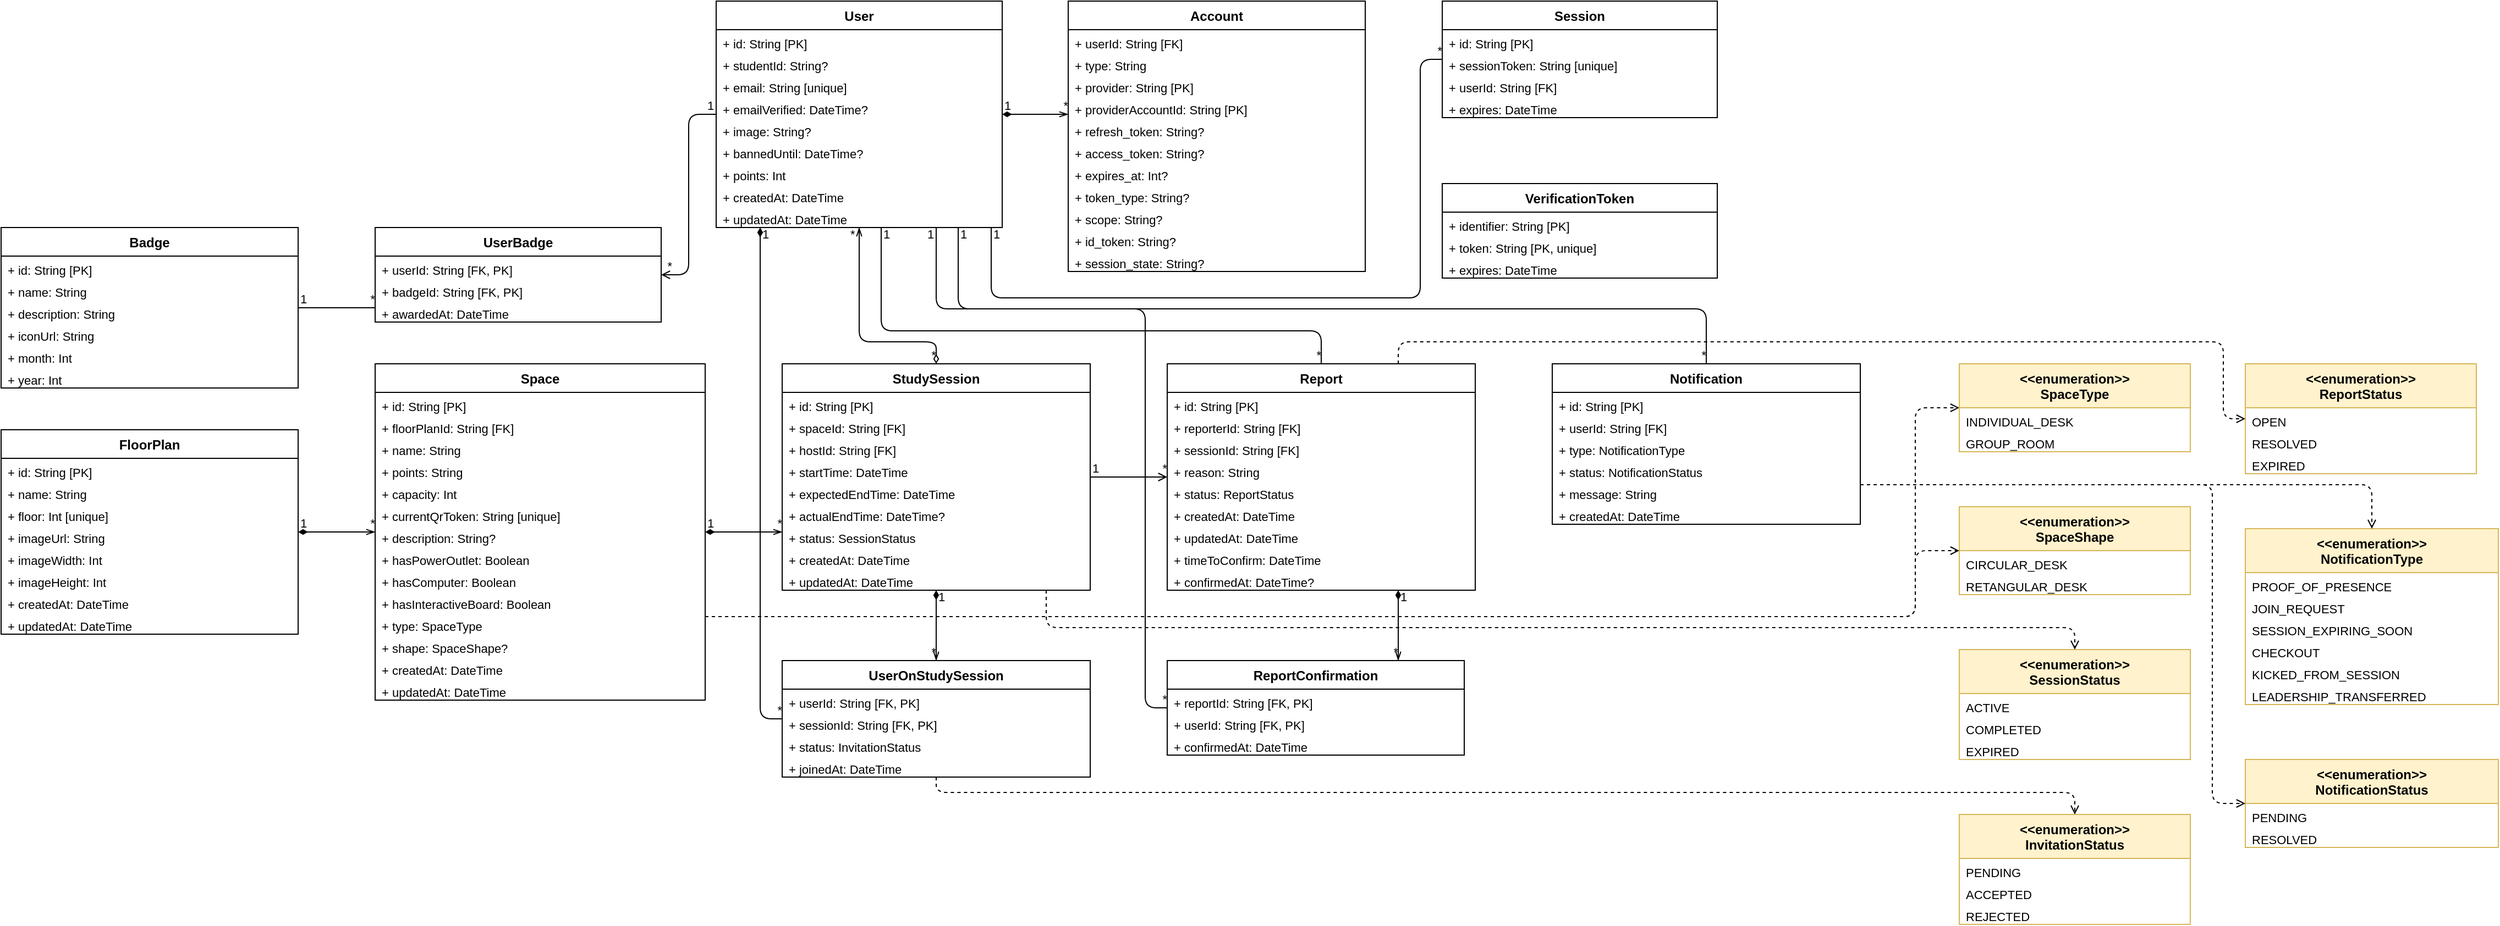
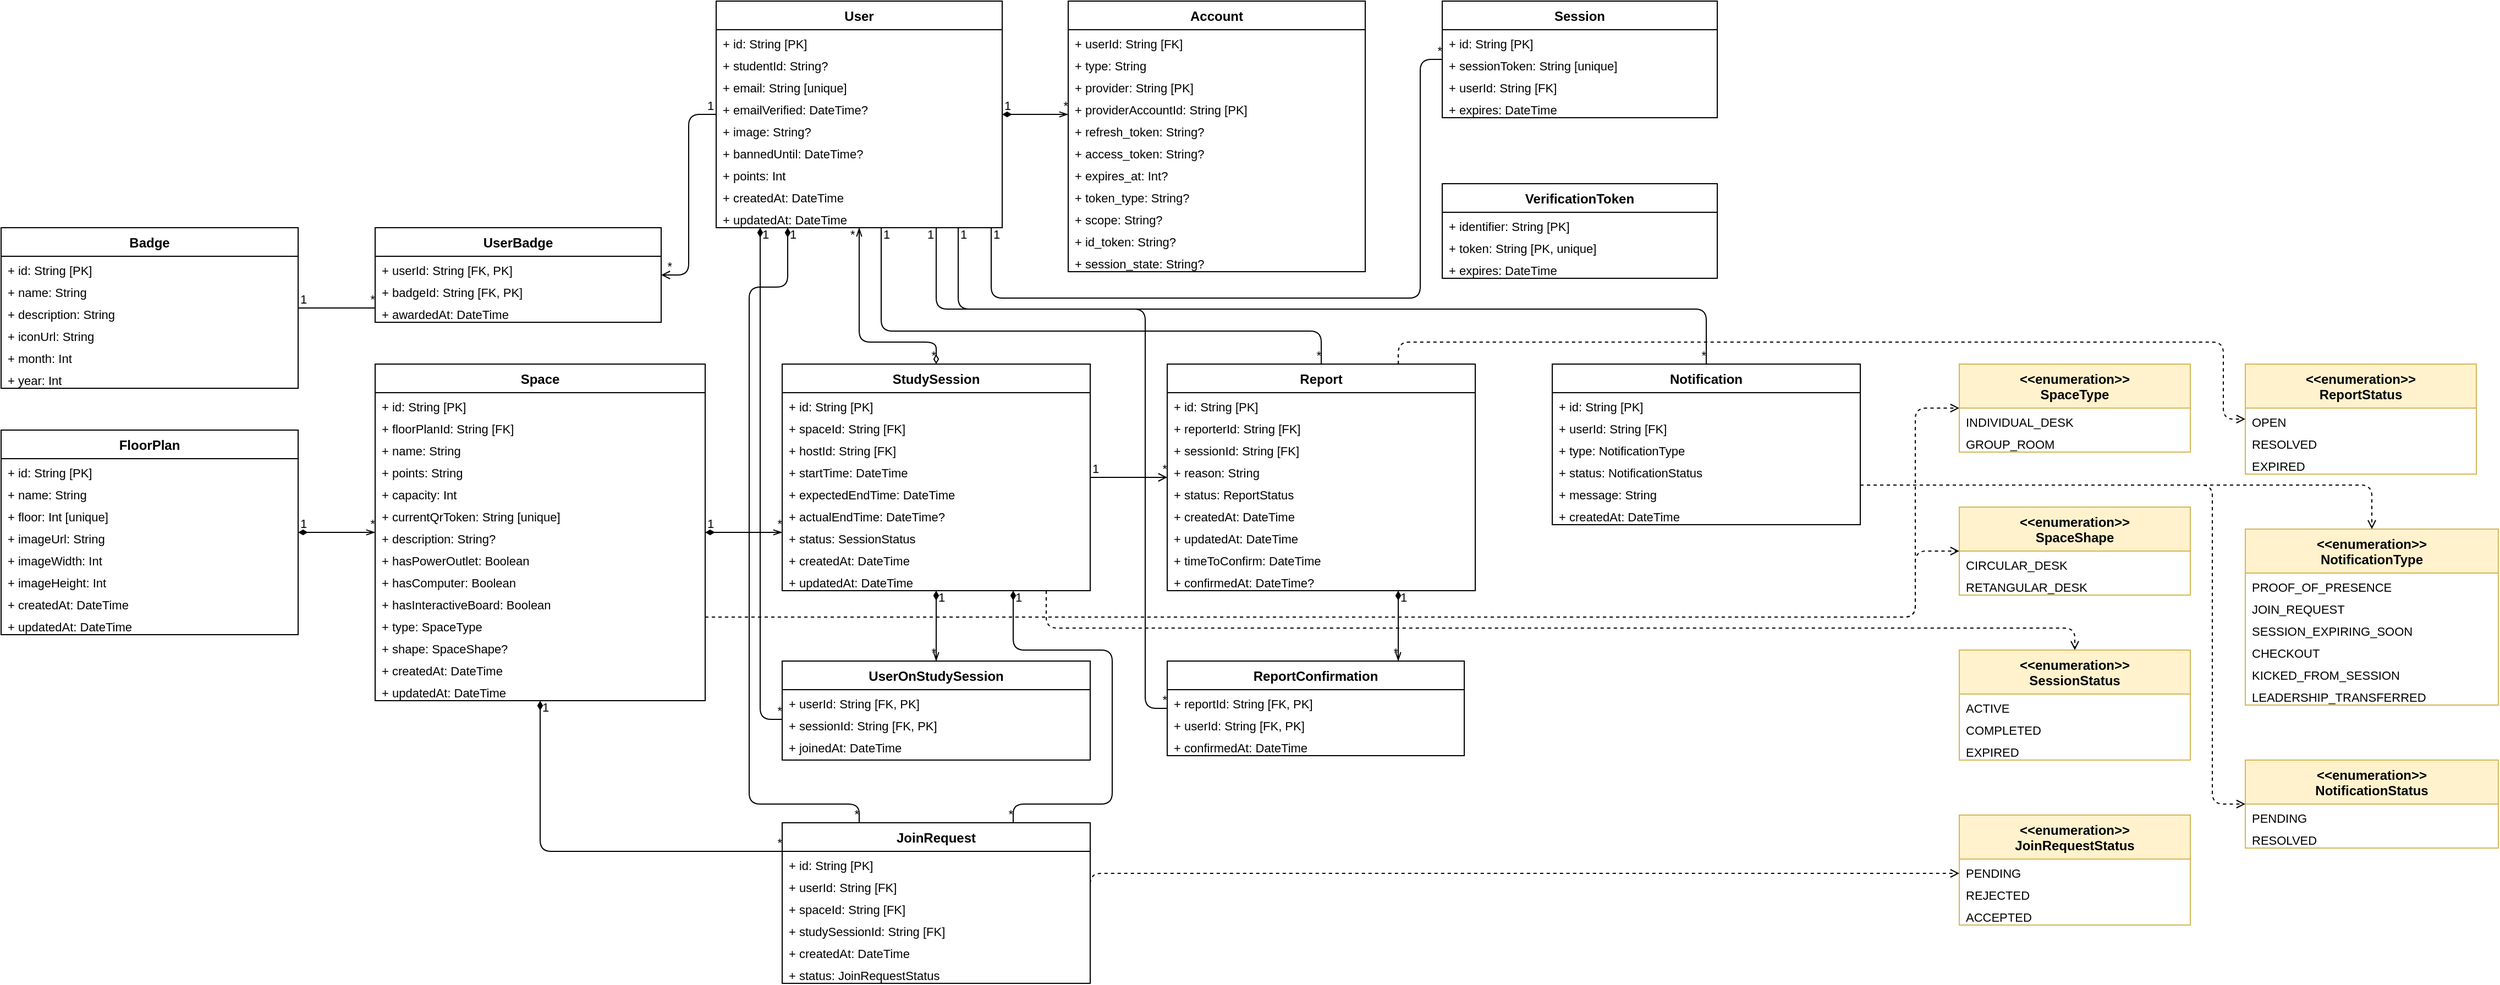
<mxfile host="65bd71144e">
    <diagram id="DdnBWMuHCvRa-rjZU-N_" name="Page-1">
-         <mxGraphModel dx="757" dy="599" grid="1" gridSize="10" guides="1" tooltips="1" connect="1" arrows="1" fold="1" page="1" pageScale="1" pageWidth="2339" pageHeight="1654" math="0" shadow="0">
+         <mxGraphModel dx="1542" dy="691" grid="1" gridSize="10" guides="1" tooltips="1" connect="1" arrows="1" fold="1" page="1" pageScale="1" pageWidth="2339" pageHeight="1654" math="0" shadow="0">
            <root>
                <mxCell id="0"/>
                <mxCell id="1" parent="0"/>
                <mxCell id="768" value="User" style="swimlane;fontStyle=1;align=center;startSize=26;" parent="1" vertex="1">
                    <mxGeometry x="720" y="70" width="260" height="206" as="geometry"/>
                </mxCell>
                <mxCell id="769" value="+ id: String [PK]" style="text;strokeColor=none;fillColor=none;align=left;spacingLeft=4;fontSize=11;" parent="768" vertex="1">
                    <mxGeometry y="26" width="260" height="20" as="geometry"/>
                </mxCell>
                <mxCell id="770" value="+ studentId: String?" style="text;strokeColor=none;fillColor=none;align=left;spacingLeft=4;fontSize=11;" parent="768" vertex="1">
                    <mxGeometry y="46" width="260" height="20" as="geometry"/>
                </mxCell>
                <mxCell id="771" value="+ email: String [unique]" style="text;strokeColor=none;fillColor=none;align=left;spacingLeft=4;fontSize=11;" parent="768" vertex="1">
                    <mxGeometry y="66" width="260" height="20" as="geometry"/>
                </mxCell>
                <mxCell id="772" value="+ emailVerified: DateTime?" style="text;strokeColor=none;fillColor=none;align=left;spacingLeft=4;fontSize=11;" parent="768" vertex="1">
                    <mxGeometry y="86" width="260" height="20" as="geometry"/>
                </mxCell>
                <mxCell id="773" value="+ image: String?" style="text;strokeColor=none;fillColor=none;align=left;spacingLeft=4;fontSize=11;" parent="768" vertex="1">
                    <mxGeometry y="106" width="260" height="20" as="geometry"/>
                </mxCell>
                <mxCell id="774" value="+ bannedUntil: DateTime?" style="text;strokeColor=none;fillColor=none;align=left;spacingLeft=4;fontSize=11;" parent="768" vertex="1">
                    <mxGeometry y="126" width="260" height="20" as="geometry"/>
                </mxCell>
                <mxCell id="775" value="+ points: Int" style="text;strokeColor=none;fillColor=none;align=left;spacingLeft=4;fontSize=11;" parent="768" vertex="1">
                    <mxGeometry y="146" width="260" height="20" as="geometry"/>
                </mxCell>
                <mxCell id="776" value="+ createdAt: DateTime" style="text;strokeColor=none;fillColor=none;align=left;spacingLeft=4;fontSize=11;" parent="768" vertex="1">
                    <mxGeometry y="166" width="260" height="20" as="geometry"/>
                </mxCell>
                <mxCell id="777" value="+ updatedAt: DateTime" style="text;strokeColor=none;fillColor=none;align=left;spacingLeft=4;fontSize=11;" parent="768" vertex="1">
                    <mxGeometry y="186" width="260" height="20" as="geometry"/>
                </mxCell>
                <mxCell id="778" value="Account" style="swimlane;fontStyle=1;align=center;startSize=26;" parent="1" vertex="1">
                    <mxGeometry x="1040" y="70" width="270" height="246" as="geometry"/>
                </mxCell>
                <mxCell id="779" value="+ userId: String [FK]" style="text;strokeColor=none;fillColor=none;align=left;spacingLeft=4;fontSize=11;" parent="778" vertex="1">
                    <mxGeometry y="26" width="270" height="20" as="geometry"/>
                </mxCell>
                <mxCell id="780" value="+ type: String" style="text;strokeColor=none;fillColor=none;align=left;spacingLeft=4;fontSize=11;" parent="778" vertex="1">
                    <mxGeometry y="46" width="270" height="20" as="geometry"/>
                </mxCell>
                <mxCell id="781" value="+ provider: String [PK]" style="text;strokeColor=none;fillColor=none;align=left;spacingLeft=4;fontSize=11;" parent="778" vertex="1">
                    <mxGeometry y="66" width="270" height="20" as="geometry"/>
                </mxCell>
                <mxCell id="782" value="+ providerAccountId: String [PK]" style="text;strokeColor=none;fillColor=none;align=left;spacingLeft=4;fontSize=11;" parent="778" vertex="1">
                    <mxGeometry y="86" width="270" height="20" as="geometry"/>
                </mxCell>
                <mxCell id="783" value="+ refresh_token: String?" style="text;strokeColor=none;fillColor=none;align=left;spacingLeft=4;fontSize=11;" parent="778" vertex="1">
                    <mxGeometry y="106" width="270" height="20" as="geometry"/>
                </mxCell>
                <mxCell id="784" value="+ access_token: String?" style="text;strokeColor=none;fillColor=none;align=left;spacingLeft=4;fontSize=11;" parent="778" vertex="1">
                    <mxGeometry y="126" width="270" height="20" as="geometry"/>
                </mxCell>
                <mxCell id="785" value="+ expires_at: Int?" style="text;strokeColor=none;fillColor=none;align=left;spacingLeft=4;fontSize=11;" parent="778" vertex="1">
                    <mxGeometry y="146" width="270" height="20" as="geometry"/>
                </mxCell>
                <mxCell id="786" value="+ token_type: String?" style="text;strokeColor=none;fillColor=none;align=left;spacingLeft=4;fontSize=11;" parent="778" vertex="1">
                    <mxGeometry y="166" width="270" height="20" as="geometry"/>
                </mxCell>
                <mxCell id="787" value="+ scope: String?" style="text;strokeColor=none;fillColor=none;align=left;spacingLeft=4;fontSize=11;" parent="778" vertex="1">
                    <mxGeometry y="186" width="270" height="20" as="geometry"/>
                </mxCell>
                <mxCell id="788" value="+ id_token: String?" style="text;strokeColor=none;fillColor=none;align=left;spacingLeft=4;fontSize=11;" parent="778" vertex="1">
                    <mxGeometry y="206" width="270" height="20" as="geometry"/>
                </mxCell>
                <mxCell id="789" value="+ session_state: String?" style="text;strokeColor=none;fillColor=none;align=left;spacingLeft=4;fontSize=11;" parent="778" vertex="1">
                    <mxGeometry y="226" width="270" height="20" as="geometry"/>
                </mxCell>
                <mxCell id="790" value="Session" style="swimlane;fontStyle=1;align=center;startSize=26;" parent="1" vertex="1">
                    <mxGeometry x="1380" y="70" width="250" height="106" as="geometry"/>
                </mxCell>
                <mxCell id="791" value="+ id: String [PK]" style="text;strokeColor=none;fillColor=none;align=left;spacingLeft=4;fontSize=11;" parent="790" vertex="1">
                    <mxGeometry y="26" width="250" height="20" as="geometry"/>
                </mxCell>
                <mxCell id="792" value="+ sessionToken: String [unique]" style="text;strokeColor=none;fillColor=none;align=left;spacingLeft=4;fontSize=11;" parent="790" vertex="1">
                    <mxGeometry y="46" width="250" height="20" as="geometry"/>
                </mxCell>
                <mxCell id="793" value="+ userId: String [FK]" style="text;strokeColor=none;fillColor=none;align=left;spacingLeft=4;fontSize=11;" parent="790" vertex="1">
                    <mxGeometry y="66" width="250" height="20" as="geometry"/>
                </mxCell>
                <mxCell id="794" value="+ expires: DateTime" style="text;strokeColor=none;fillColor=none;align=left;spacingLeft=4;fontSize=11;" parent="790" vertex="1">
                    <mxGeometry y="86" width="250" height="20" as="geometry"/>
                </mxCell>
                <mxCell id="795" value="VerificationToken" style="swimlane;fontStyle=1;align=center;startSize=26;" parent="1" vertex="1">
                    <mxGeometry x="1380" y="236" width="250" height="86" as="geometry"/>
                </mxCell>
                <mxCell id="796" value="+ identifier: String [PK]" style="text;strokeColor=none;fillColor=none;align=left;spacingLeft=4;fontSize=11;" parent="795" vertex="1">
                    <mxGeometry y="26" width="250" height="20" as="geometry"/>
                </mxCell>
                <mxCell id="797" value="+ token: String [PK, unique]" style="text;strokeColor=none;fillColor=none;align=left;spacingLeft=4;fontSize=11;" parent="795" vertex="1">
                    <mxGeometry y="46" width="250" height="20" as="geometry"/>
                </mxCell>
                <mxCell id="798" value="+ expires: DateTime" style="text;strokeColor=none;fillColor=none;align=left;spacingLeft=4;fontSize=11;" parent="795" vertex="1">
                    <mxGeometry y="66" width="250" height="20" as="geometry"/>
                </mxCell>
                <mxCell id="799" value="FloorPlan" style="swimlane;fontStyle=1;align=center;startSize=26;" parent="1" vertex="1">
                    <mxGeometry x="70" y="460" width="270" height="186" as="geometry"/>
                </mxCell>
                <mxCell id="800" value="+ id: String [PK]" style="text;strokeColor=none;fillColor=none;align=left;spacingLeft=4;fontSize=11;" parent="799" vertex="1">
                    <mxGeometry y="26" width="270" height="20" as="geometry"/>
                </mxCell>
                <mxCell id="801" value="+ name: String" style="text;strokeColor=none;fillColor=none;align=left;spacingLeft=4;fontSize=11;" parent="799" vertex="1">
                    <mxGeometry y="46" width="270" height="20" as="geometry"/>
                </mxCell>
                <mxCell id="802" value="+ floor: Int [unique]" style="text;strokeColor=none;fillColor=none;align=left;spacingLeft=4;fontSize=11;" parent="799" vertex="1">
                    <mxGeometry y="66" width="270" height="20" as="geometry"/>
                </mxCell>
                <mxCell id="803" value="+ imageUrl: String" style="text;strokeColor=none;fillColor=none;align=left;spacingLeft=4;fontSize=11;" parent="799" vertex="1">
                    <mxGeometry y="86" width="270" height="20" as="geometry"/>
                </mxCell>
                <mxCell id="804" value="+ imageWidth: Int" style="text;strokeColor=none;fillColor=none;align=left;spacingLeft=4;fontSize=11;" parent="799" vertex="1">
                    <mxGeometry y="106" width="270" height="20" as="geometry"/>
                </mxCell>
                <mxCell id="805" value="+ imageHeight: Int" style="text;strokeColor=none;fillColor=none;align=left;spacingLeft=4;fontSize=11;" parent="799" vertex="1">
                    <mxGeometry y="126" width="270" height="20" as="geometry"/>
                </mxCell>
                <mxCell id="806" value="+ createdAt: DateTime" style="text;strokeColor=none;fillColor=none;align=left;spacingLeft=4;fontSize=11;" parent="799" vertex="1">
                    <mxGeometry y="146" width="270" height="20" as="geometry"/>
                </mxCell>
                <mxCell id="807" value="+ updatedAt: DateTime" style="text;strokeColor=none;fillColor=none;align=left;spacingLeft=4;fontSize=11;" parent="799" vertex="1">
                    <mxGeometry y="166" width="270" height="20" as="geometry"/>
                </mxCell>
                <mxCell id="808" value="Space" style="swimlane;fontStyle=1;align=center;startSize=26;" parent="1" vertex="1">
                    <mxGeometry x="410" y="400" width="300" height="306" as="geometry"/>
                </mxCell>
                <mxCell id="809" value="+ id: String [PK]" style="text;strokeColor=none;fillColor=none;align=left;spacingLeft=4;fontSize=11;" parent="808" vertex="1">
                    <mxGeometry y="26" width="300" height="20" as="geometry"/>
                </mxCell>
                <mxCell id="810" value="+ floorPlanId: String [FK]" style="text;strokeColor=none;fillColor=none;align=left;spacingLeft=4;fontSize=11;" parent="808" vertex="1">
                    <mxGeometry y="46" width="300" height="20" as="geometry"/>
                </mxCell>
                <mxCell id="811" value="+ name: String" style="text;strokeColor=none;fillColor=none;align=left;spacingLeft=4;fontSize=11;" parent="808" vertex="1">
                    <mxGeometry y="66" width="300" height="20" as="geometry"/>
                </mxCell>
                <mxCell id="812" value="+ points: String" style="text;strokeColor=none;fillColor=none;align=left;spacingLeft=4;fontSize=11;" parent="808" vertex="1">
                    <mxGeometry y="86" width="300" height="20" as="geometry"/>
                </mxCell>
                <mxCell id="813" value="+ capacity: Int" style="text;strokeColor=none;fillColor=none;align=left;spacingLeft=4;fontSize=11;" parent="808" vertex="1">
                    <mxGeometry y="106" width="300" height="20" as="geometry"/>
                </mxCell>
                <mxCell id="814" value="+ currentQrToken: String [unique]" style="text;strokeColor=none;fillColor=none;align=left;spacingLeft=4;fontSize=11;" parent="808" vertex="1">
                    <mxGeometry y="126" width="300" height="20" as="geometry"/>
                </mxCell>
                <mxCell id="815" value="+ description: String?" style="text;strokeColor=none;fillColor=none;align=left;spacingLeft=4;fontSize=11;" parent="808" vertex="1">
                    <mxGeometry y="146" width="300" height="20" as="geometry"/>
                </mxCell>
                <mxCell id="816" value="+ hasPowerOutlet: Boolean" style="text;strokeColor=none;fillColor=none;align=left;spacingLeft=4;fontSize=11;" parent="808" vertex="1">
                    <mxGeometry y="166" width="300" height="20" as="geometry"/>
                </mxCell>
                <mxCell id="817" value="+ hasComputer: Boolean" style="text;strokeColor=none;fillColor=none;align=left;spacingLeft=4;fontSize=11;" parent="808" vertex="1">
                    <mxGeometry y="186" width="300" height="20" as="geometry"/>
                </mxCell>
                <mxCell id="818" value="+ hasInteractiveBoard: Boolean" style="text;strokeColor=none;fillColor=none;align=left;spacingLeft=4;fontSize=11;" parent="808" vertex="1">
                    <mxGeometry y="206" width="300" height="20" as="geometry"/>
                </mxCell>
                <mxCell id="819" value="+ type: SpaceType" style="text;strokeColor=none;fillColor=none;align=left;spacingLeft=4;fontSize=11;" parent="808" vertex="1">
                    <mxGeometry y="226" width="300" height="20" as="geometry"/>
                </mxCell>
                <mxCell id="820" value="+ shape: SpaceShape?" style="text;strokeColor=none;fillColor=none;align=left;spacingLeft=4;fontSize=11;" parent="808" vertex="1">
                    <mxGeometry y="246" width="300" height="20" as="geometry"/>
                </mxCell>
                <mxCell id="821" value="+ createdAt: DateTime" style="text;strokeColor=none;fillColor=none;align=left;spacingLeft=4;fontSize=11;" parent="808" vertex="1">
                    <mxGeometry y="266" width="300" height="20" as="geometry"/>
                </mxCell>
                <mxCell id="822" value="+ updatedAt: DateTime" style="text;strokeColor=none;fillColor=none;align=left;spacingLeft=4;fontSize=11;" parent="808" vertex="1">
                    <mxGeometry y="286" width="300" height="20" as="geometry"/>
                </mxCell>
                <mxCell id="823" value="StudySession" style="swimlane;fontStyle=1;align=center;startSize=26;" parent="1" vertex="1">
                    <mxGeometry x="780" y="400" width="280" height="206" as="geometry"/>
                </mxCell>
                <mxCell id="824" value="+ id: String [PK]" style="text;strokeColor=none;fillColor=none;align=left;spacingLeft=4;fontSize=11;" parent="823" vertex="1">
                    <mxGeometry y="26" width="280" height="20" as="geometry"/>
                </mxCell>
                <mxCell id="825" value="+ spaceId: String [FK]" style="text;strokeColor=none;fillColor=none;align=left;spacingLeft=4;fontSize=11;" parent="823" vertex="1">
                    <mxGeometry y="46" width="280" height="20" as="geometry"/>
                </mxCell>
                <mxCell id="826" value="+ hostId: String [FK]" style="text;strokeColor=none;fillColor=none;align=left;spacingLeft=4;fontSize=11;" parent="823" vertex="1">
                    <mxGeometry y="66" width="280" height="20" as="geometry"/>
                </mxCell>
                <mxCell id="827" value="+ startTime: DateTime" style="text;strokeColor=none;fillColor=none;align=left;spacingLeft=4;fontSize=11;" parent="823" vertex="1">
                    <mxGeometry y="86" width="280" height="20" as="geometry"/>
                </mxCell>
                <mxCell id="828" value="+ expectedEndTime: DateTime" style="text;strokeColor=none;fillColor=none;align=left;spacingLeft=4;fontSize=11;" parent="823" vertex="1">
                    <mxGeometry y="106" width="280" height="20" as="geometry"/>
                </mxCell>
                <mxCell id="829" value="+ actualEndTime: DateTime?" style="text;strokeColor=none;fillColor=none;align=left;spacingLeft=4;fontSize=11;" parent="823" vertex="1">
                    <mxGeometry y="126" width="280" height="20" as="geometry"/>
                </mxCell>
                <mxCell id="830" value="+ status: SessionStatus" style="text;strokeColor=none;fillColor=none;align=left;spacingLeft=4;fontSize=11;" parent="823" vertex="1">
                    <mxGeometry y="146" width="280" height="20" as="geometry"/>
                </mxCell>
                <mxCell id="831" value="+ createdAt: DateTime" style="text;strokeColor=none;fillColor=none;align=left;spacingLeft=4;fontSize=11;" parent="823" vertex="1">
                    <mxGeometry y="166" width="280" height="20" as="geometry"/>
                </mxCell>
                <mxCell id="832" value="+ updatedAt: DateTime" style="text;strokeColor=none;fillColor=none;align=left;spacingLeft=4;fontSize=11;" parent="823" vertex="1">
                    <mxGeometry y="186" width="280" height="20" as="geometry"/>
                </mxCell>
                <mxCell id="833" value="UserOnStudySession" style="swimlane;fontStyle=1;align=center;startSize=26;" parent="1" vertex="1">
-                     <mxGeometry x="780" y="670" width="280" height="106" as="geometry"/>
+                     <mxGeometry x="780" y="670" width="280" height="90" as="geometry"/>
                </mxCell>
                <mxCell id="834" value="+ userId: String [FK, PK]" style="text;strokeColor=none;fillColor=none;align=left;spacingLeft=4;fontSize=11;" parent="833" vertex="1">
                    <mxGeometry y="26" width="280" height="20" as="geometry"/>
                </mxCell>
                <mxCell id="835" value="+ sessionId: String [FK, PK]" style="text;strokeColor=none;fillColor=none;align=left;spacingLeft=4;fontSize=11;" parent="833" vertex="1">
                    <mxGeometry y="46" width="280" height="20" as="geometry"/>
                </mxCell>
-                 <mxCell id="836" value="+ status: InvitationStatus" style="text;strokeColor=none;fillColor=none;align=left;spacingLeft=4;fontSize=11;" parent="833" vertex="1">
+                 <mxCell id="837" value="+ joinedAt: DateTime" style="text;strokeColor=none;fillColor=none;align=left;spacingLeft=4;fontSize=11;" parent="833" vertex="1">
                    <mxGeometry y="66" width="280" height="20" as="geometry"/>
-                 </mxCell>
-                 <mxCell id="837" value="+ joinedAt: DateTime" style="text;strokeColor=none;fillColor=none;align=left;spacingLeft=4;fontSize=11;" parent="833" vertex="1">
-                     <mxGeometry y="86" width="280" height="20" as="geometry"/>
                </mxCell>
                <mxCell id="838" value="Report" style="swimlane;fontStyle=1;align=center;startSize=26;" parent="1" vertex="1">
                    <mxGeometry x="1130" y="400" width="280" height="206" as="geometry"/>
                </mxCell>
                <mxCell id="839" value="+ id: String [PK]" style="text;strokeColor=none;fillColor=none;align=left;spacingLeft=4;fontSize=11;" parent="838" vertex="1">
                    <mxGeometry y="26" width="280" height="20" as="geometry"/>
                </mxCell>
                <mxCell id="840" value="+ reporterId: String [FK]" style="text;strokeColor=none;fillColor=none;align=left;spacingLeft=4;fontSize=11;" parent="838" vertex="1">
                    <mxGeometry y="46" width="280" height="20" as="geometry"/>
                </mxCell>
                <mxCell id="841" value="+ sessionId: String [FK]" style="text;strokeColor=none;fillColor=none;align=left;spacingLeft=4;fontSize=11;" parent="838" vertex="1">
                    <mxGeometry y="66" width="280" height="20" as="geometry"/>
                </mxCell>
                <mxCell id="842" value="+ reason: String" style="text;strokeColor=none;fillColor=none;align=left;spacingLeft=4;fontSize=11;" parent="838" vertex="1">
                    <mxGeometry y="86" width="280" height="20" as="geometry"/>
                </mxCell>
                <mxCell id="843" value="+ status: ReportStatus" style="text;strokeColor=none;fillColor=none;align=left;spacingLeft=4;fontSize=11;" parent="838" vertex="1">
                    <mxGeometry y="106" width="280" height="20" as="geometry"/>
                </mxCell>
                <mxCell id="844" value="+ createdAt: DateTime" style="text;strokeColor=none;fillColor=none;align=left;spacingLeft=4;fontSize=11;" parent="838" vertex="1">
                    <mxGeometry y="126" width="280" height="20" as="geometry"/>
                </mxCell>
                <mxCell id="845" value="+ updatedAt: DateTime" style="text;strokeColor=none;fillColor=none;align=left;spacingLeft=4;fontSize=11;" parent="838" vertex="1">
                    <mxGeometry y="146" width="280" height="20" as="geometry"/>
                </mxCell>
                <mxCell id="846" value="+ timeToConfirm: DateTime" style="text;strokeColor=none;fillColor=none;align=left;spacingLeft=4;fontSize=11;" parent="838" vertex="1">
                    <mxGeometry y="166" width="280" height="20" as="geometry"/>
                </mxCell>
                <mxCell id="847" value="+ confirmedAt: DateTime?" style="text;strokeColor=none;fillColor=none;align=left;spacingLeft=4;fontSize=11;" parent="838" vertex="1">
                    <mxGeometry y="186" width="280" height="20" as="geometry"/>
                </mxCell>
                <mxCell id="848" value="ReportConfirmation" style="swimlane;fontStyle=1;align=center;startSize=26;" parent="1" vertex="1">
                    <mxGeometry x="1130" y="670" width="270" height="86" as="geometry"/>
                </mxCell>
                <mxCell id="849" value="+ reportId: String [FK, PK]" style="text;strokeColor=none;fillColor=none;align=left;spacingLeft=4;fontSize=11;" parent="848" vertex="1">
                    <mxGeometry y="26" width="270" height="20" as="geometry"/>
                </mxCell>
                <mxCell id="850" value="+ userId: String [FK, PK]" style="text;strokeColor=none;fillColor=none;align=left;spacingLeft=4;fontSize=11;" parent="848" vertex="1">
                    <mxGeometry y="46" width="270" height="20" as="geometry"/>
                </mxCell>
                <mxCell id="851" value="+ confirmedAt: DateTime" style="text;strokeColor=none;fillColor=none;align=left;spacingLeft=4;fontSize=11;" parent="848" vertex="1">
                    <mxGeometry y="66" width="270" height="20" as="geometry"/>
                </mxCell>
                <mxCell id="852" value="Notification" style="swimlane;fontStyle=1;align=center;startSize=26;" parent="1" vertex="1">
                    <mxGeometry x="1480" y="400" width="280" height="146" as="geometry"/>
                </mxCell>
                <mxCell id="853" value="+ id: String [PK]" style="text;strokeColor=none;fillColor=none;align=left;spacingLeft=4;fontSize=11;" parent="852" vertex="1">
                    <mxGeometry y="26" width="280" height="20" as="geometry"/>
                </mxCell>
                <mxCell id="854" value="+ userId: String [FK]" style="text;strokeColor=none;fillColor=none;align=left;spacingLeft=4;fontSize=11;" parent="852" vertex="1">
                    <mxGeometry y="46" width="280" height="20" as="geometry"/>
                </mxCell>
                <mxCell id="855" value="+ type: NotificationType" style="text;strokeColor=none;fillColor=none;align=left;spacingLeft=4;fontSize=11;" parent="852" vertex="1">
                    <mxGeometry y="66" width="280" height="20" as="geometry"/>
                </mxCell>
                <mxCell id="856" value="+ status: NotificationStatus" style="text;strokeColor=none;fillColor=none;align=left;spacingLeft=4;fontSize=11;" parent="852" vertex="1">
                    <mxGeometry y="86" width="280" height="20" as="geometry"/>
                </mxCell>
                <mxCell id="857" value="+ message: String" style="text;strokeColor=none;fillColor=none;align=left;spacingLeft=4;fontSize=11;" parent="852" vertex="1">
                    <mxGeometry y="106" width="280" height="20" as="geometry"/>
                </mxCell>
                <mxCell id="858" value="+ createdAt: DateTime" style="text;strokeColor=none;fillColor=none;align=left;spacingLeft=4;fontSize=11;" parent="852" vertex="1">
                    <mxGeometry y="126" width="280" height="20" as="geometry"/>
                </mxCell>
                <mxCell id="859" value="Badge" style="swimlane;fontStyle=1;align=center;startSize=26;" parent="1" vertex="1">
                    <mxGeometry x="70" y="276" width="270" height="146" as="geometry"/>
                </mxCell>
                <mxCell id="860" value="+ id: String [PK]" style="text;strokeColor=none;fillColor=none;align=left;spacingLeft=4;fontSize=11;" parent="859" vertex="1">
                    <mxGeometry y="26" width="270" height="20" as="geometry"/>
                </mxCell>
                <mxCell id="861" value="+ name: String" style="text;strokeColor=none;fillColor=none;align=left;spacingLeft=4;fontSize=11;" parent="859" vertex="1">
                    <mxGeometry y="46" width="270" height="20" as="geometry"/>
                </mxCell>
                <mxCell id="862" value="+ description: String" style="text;strokeColor=none;fillColor=none;align=left;spacingLeft=4;fontSize=11;" parent="859" vertex="1">
                    <mxGeometry y="66" width="270" height="20" as="geometry"/>
                </mxCell>
                <mxCell id="863" value="+ iconUrl: String" style="text;strokeColor=none;fillColor=none;align=left;spacingLeft=4;fontSize=11;" parent="859" vertex="1">
                    <mxGeometry y="86" width="270" height="20" as="geometry"/>
                </mxCell>
                <mxCell id="864" value="+ month: Int" style="text;strokeColor=none;fillColor=none;align=left;spacingLeft=4;fontSize=11;" parent="859" vertex="1">
                    <mxGeometry y="106" width="270" height="20" as="geometry"/>
                </mxCell>
                <mxCell id="865" value="+ year: Int" style="text;strokeColor=none;fillColor=none;align=left;spacingLeft=4;fontSize=11;" parent="859" vertex="1">
                    <mxGeometry y="126" width="270" height="20" as="geometry"/>
                </mxCell>
                <mxCell id="866" value="UserBadge" style="swimlane;fontStyle=1;align=center;startSize=26;" parent="1" vertex="1">
                    <mxGeometry x="410" y="276" width="260" height="86" as="geometry"/>
                </mxCell>
                <mxCell id="867" value="+ userId: String [FK, PK]" style="text;strokeColor=none;fillColor=none;align=left;spacingLeft=4;fontSize=11;" parent="866" vertex="1">
                    <mxGeometry y="26" width="260" height="20" as="geometry"/>
                </mxCell>
                <mxCell id="868" value="+ badgeId: String [FK, PK]" style="text;strokeColor=none;fillColor=none;align=left;spacingLeft=4;fontSize=11;" parent="866" vertex="1">
                    <mxGeometry y="46" width="260" height="20" as="geometry"/>
                </mxCell>
                <mxCell id="869" value="+ awardedAt: DateTime" style="text;strokeColor=none;fillColor=none;align=left;spacingLeft=4;fontSize=11;" parent="866" vertex="1">
                    <mxGeometry y="66" width="260" height="20" as="geometry"/>
                </mxCell>
                <mxCell id="870" value="&lt;&lt;enumeration&gt;&gt;&#xa;SpaceType" style="swimlane;fontStyle=1;align=center;startSize=40;fillColor=#fff2cc;strokeColor=#d6b656;" parent="1" vertex="1">
                    <mxGeometry x="1850" y="400" width="210" height="80" as="geometry"/>
                </mxCell>
                <mxCell id="871" value="INDIVIDUAL_DESK" style="text;strokeColor=none;fillColor=none;align=left;spacingLeft=4;fontSize=11;" parent="870" vertex="1">
                    <mxGeometry y="40" width="210" height="20" as="geometry"/>
                </mxCell>
                <mxCell id="872" value="GROUP_ROOM" style="text;strokeColor=none;fillColor=none;align=left;spacingLeft=4;fontSize=11;" parent="870" vertex="1">
                    <mxGeometry y="60" width="210" height="20" as="geometry"/>
                </mxCell>
                <mxCell id="873" value="&lt;&lt;enumeration&gt;&gt;&#xa;SpaceShape" style="swimlane;fontStyle=1;align=center;startSize=40;fillColor=#fff2cc;strokeColor=#d6b656;" parent="1" vertex="1">
                    <mxGeometry x="1850" y="530" width="210" height="80" as="geometry"/>
                </mxCell>
                <mxCell id="874" value="CIRCULAR_DESK" style="text;strokeColor=none;fillColor=none;align=left;spacingLeft=4;fontSize=11;" parent="873" vertex="1">
                    <mxGeometry y="40" width="210" height="20" as="geometry"/>
                </mxCell>
                <mxCell id="875" value="RETANGULAR_DESK" style="text;strokeColor=none;fillColor=none;align=left;spacingLeft=4;fontSize=11;" parent="873" vertex="1">
                    <mxGeometry y="60" width="210" height="20" as="geometry"/>
                </mxCell>
                <mxCell id="876" value="&lt;&lt;enumeration&gt;&gt;&#xa;SessionStatus" style="swimlane;fontStyle=1;align=center;startSize=40;fillColor=#fff2cc;strokeColor=#d6b656;" parent="1" vertex="1">
                    <mxGeometry x="1850" y="660" width="210" height="100" as="geometry"/>
                </mxCell>
                <mxCell id="877" value="ACTIVE" style="text;strokeColor=none;fillColor=none;align=left;spacingLeft=4;fontSize=11;" parent="876" vertex="1">
                    <mxGeometry y="40" width="210" height="20" as="geometry"/>
                </mxCell>
                <mxCell id="878" value="COMPLETED" style="text;strokeColor=none;fillColor=none;align=left;spacingLeft=4;fontSize=11;" parent="876" vertex="1">
                    <mxGeometry y="60" width="210" height="20" as="geometry"/>
                </mxCell>
                <mxCell id="879" value="EXPIRED" style="text;strokeColor=none;fillColor=none;align=left;spacingLeft=4;fontSize=11;" parent="876" vertex="1">
                    <mxGeometry y="80" width="210" height="20" as="geometry"/>
                </mxCell>
-                 <mxCell id="880" value="&lt;&lt;enumeration&gt;&gt;&#xa;InvitationStatus" style="swimlane;fontStyle=1;align=center;startSize=40;fillColor=#fff2cc;strokeColor=#d6b656;" parent="1" vertex="1">
+                 <mxCell id="880" value="&lt;&lt;enumeration&gt;&gt;&#xa;JoinRequestStatus" style="swimlane;fontStyle=1;align=center;startSize=40;fillColor=#fff2cc;strokeColor=#d6b656;" parent="1" vertex="1">
                    <mxGeometry x="1850" y="810" width="210" height="100" as="geometry"/>
                </mxCell>
-                 <mxCell id="881" value="PENDING" style="text;strokeColor=none;fillColor=none;align=left;spacingLeft=4;fontSize=11;" parent="880" vertex="1">
+                 <mxCell id="883" value="REJECTED" style="text;strokeColor=none;fillColor=none;align=left;spacingLeft=4;fontSize=11;" parent="880" vertex="1">
+                     <mxGeometry y="60" width="210" height="20" as="geometry"/>
+                 </mxCell>
+                 <mxCell id="882" value="PENDING" style="text;strokeColor=none;fillColor=none;align=left;spacingLeft=4;fontSize=11;" parent="880" vertex="1">
                    <mxGeometry y="40" width="210" height="20" as="geometry"/>
                </mxCell>
-                 <mxCell id="882" value="ACCEPTED" style="text;strokeColor=none;fillColor=none;align=left;spacingLeft=4;fontSize=11;" parent="880" vertex="1">
-                     <mxGeometry y="60" width="210" height="20" as="geometry"/>
-                 </mxCell>
-                 <mxCell id="883" value="REJECTED" style="text;strokeColor=none;fillColor=none;align=left;spacingLeft=4;fontSize=11;" parent="880" vertex="1">
+                 <mxCell id="881" value="ACCEPTED" style="text;strokeColor=none;fillColor=none;align=left;spacingLeft=4;fontSize=11;" parent="880" vertex="1">
                    <mxGeometry y="80" width="210" height="20" as="geometry"/>
                </mxCell>
                <mxCell id="884" value="&lt;&lt;enumeration&gt;&gt;&#xa;ReportStatus" style="swimlane;fontStyle=1;align=center;startSize=40;fillColor=#fff2cc;strokeColor=#d6b656;" parent="1" vertex="1">
                    <mxGeometry x="2110" y="400" width="210" height="100" as="geometry"/>
                </mxCell>
                <mxCell id="885" value="OPEN" style="text;strokeColor=none;fillColor=none;align=left;spacingLeft=4;fontSize=11;" parent="884" vertex="1">
                    <mxGeometry y="40" width="210" height="20" as="geometry"/>
                </mxCell>
                <mxCell id="886" value="RESOLVED" style="text;strokeColor=none;fillColor=none;align=left;spacingLeft=4;fontSize=11;" parent="884" vertex="1">
                    <mxGeometry y="60" width="210" height="20" as="geometry"/>
                </mxCell>
                <mxCell id="887" value="EXPIRED" style="text;strokeColor=none;fillColor=none;align=left;spacingLeft=4;fontSize=11;" parent="884" vertex="1">
                    <mxGeometry y="80" width="210" height="20" as="geometry"/>
                </mxCell>
                <mxCell id="888" value="&lt;&lt;enumeration&gt;&gt;&#xa;NotificationType" style="swimlane;fontStyle=1;align=center;startSize=40;fillColor=#fff2cc;strokeColor=#d6b656;" parent="1" vertex="1">
                    <mxGeometry x="2110" y="550" width="230" height="160" as="geometry"/>
                </mxCell>
                <mxCell id="889" value="PROOF_OF_PRESENCE" style="text;strokeColor=none;fillColor=none;align=left;spacingLeft=4;fontSize=11;" parent="888" vertex="1">
                    <mxGeometry y="40" width="230" height="20" as="geometry"/>
                </mxCell>
                <mxCell id="890" value="JOIN_REQUEST" style="text;strokeColor=none;fillColor=none;align=left;spacingLeft=4;fontSize=11;" parent="888" vertex="1">
                    <mxGeometry y="60" width="230" height="20" as="geometry"/>
                </mxCell>
                <mxCell id="891" value="SESSION_EXPIRING_SOON" style="text;strokeColor=none;fillColor=none;align=left;spacingLeft=4;fontSize=11;" parent="888" vertex="1">
                    <mxGeometry y="80" width="230" height="20" as="geometry"/>
                </mxCell>
                <mxCell id="892" value="CHECKOUT" style="text;strokeColor=none;fillColor=none;align=left;spacingLeft=4;fontSize=11;" parent="888" vertex="1">
                    <mxGeometry y="100" width="230" height="20" as="geometry"/>
                </mxCell>
                <mxCell id="893" value="KICKED_FROM_SESSION" style="text;strokeColor=none;fillColor=none;align=left;spacingLeft=4;fontSize=11;" parent="888" vertex="1">
                    <mxGeometry y="120" width="230" height="20" as="geometry"/>
                </mxCell>
                <mxCell id="894" value="LEADERSHIP_TRANSFERRED" style="text;strokeColor=none;fillColor=none;align=left;spacingLeft=4;fontSize=11;" parent="888" vertex="1">
                    <mxGeometry y="140" width="230" height="20" as="geometry"/>
                </mxCell>
                <mxCell id="895" value="&lt;&lt;enumeration&gt;&gt;&#xa;NotificationStatus" style="swimlane;fontStyle=1;align=center;startSize=40;fillColor=#fff2cc;strokeColor=#d6b656;" parent="1" vertex="1">
                    <mxGeometry x="2110" y="760" width="230" height="80" as="geometry"/>
                </mxCell>
                <mxCell id="896" value="PENDING" style="text;strokeColor=none;fillColor=none;align=left;spacingLeft=4;fontSize=11;" parent="895" vertex="1">
                    <mxGeometry y="40" width="230" height="20" as="geometry"/>
                </mxCell>
                <mxCell id="897" value="RESOLVED" style="text;strokeColor=none;fillColor=none;align=left;spacingLeft=4;fontSize=11;" parent="895" vertex="1">
                    <mxGeometry y="60" width="230" height="20" as="geometry"/>
                </mxCell>
                <mxCell id="898" value="" style="edgeStyle=orthogonalEdgeStyle;endArrow=openThin;endFill=0;startArrow=diamondThin;startFill=1;" parent="1" source="768" target="778" edge="1">
                    <mxGeometry relative="1" as="geometry">
                        <Array as="points">
                            <mxPoint x="980" y="170"/>
                            <mxPoint x="980" y="170"/>
                        </Array>
                    </mxGeometry>
                </mxCell>
                <mxCell id="899" value="1" style="resizable=0;html=1;align=left;verticalAlign=bottom;labelBackgroundColor=none;fontSize=11;" parent="898" connectable="0" vertex="1">
                    <mxGeometry x="-1" relative="1" as="geometry">
                        <mxPoint as="offset"/>
                    </mxGeometry>
                </mxCell>
                <mxCell id="900" value="*" style="resizable=0;html=1;align=right;verticalAlign=bottom;labelBackgroundColor=none;fontSize=11;" parent="898" connectable="0" vertex="1">
                    <mxGeometry x="1" relative="1" as="geometry">
                        <mxPoint as="offset"/>
                    </mxGeometry>
                </mxCell>
                <mxCell id="901" value="" style="edgeStyle=orthogonalEdgeStyle;endArrow=none;endFill=0;startArrow=none;startFill=0;" parent="1" source="768" target="790" edge="1">
                    <mxGeometry relative="1" as="geometry">
                        <Array as="points">
                            <mxPoint x="970" y="340"/>
                            <mxPoint x="1360" y="340"/>
                            <mxPoint x="1360" y="123"/>
                        </Array>
                    </mxGeometry>
                </mxCell>
                <mxCell id="902" value="1" style="resizable=0;html=1;align=left;verticalAlign=bottom;labelBackgroundColor=none;fontSize=11;" parent="901" connectable="0" vertex="1">
                    <mxGeometry x="-1" relative="1" as="geometry">
                        <mxPoint y="14" as="offset"/>
                    </mxGeometry>
                </mxCell>
                <mxCell id="903" value="*" style="resizable=0;html=1;align=right;verticalAlign=bottom;labelBackgroundColor=none;fontSize=11;" parent="901" connectable="0" vertex="1">
                    <mxGeometry x="1" relative="1" as="geometry">
                        <mxPoint as="offset"/>
                    </mxGeometry>
                </mxCell>
                <mxCell id="904" value="" style="edgeStyle=orthogonalEdgeStyle;endArrow=openThin;endFill=0;startArrow=diamondThin;startFill=1;" parent="1" source="799" target="808" edge="1">
                    <mxGeometry relative="1" as="geometry"/>
                </mxCell>
                <mxCell id="905" value="1" style="resizable=0;html=1;align=left;verticalAlign=bottom;labelBackgroundColor=none;fontSize=11;" parent="904" connectable="0" vertex="1">
                    <mxGeometry x="-1" relative="1" as="geometry">
                        <mxPoint as="offset"/>
                    </mxGeometry>
                </mxCell>
                <mxCell id="906" value="*" style="resizable=0;html=1;align=right;verticalAlign=bottom;labelBackgroundColor=none;fontSize=11;" parent="904" connectable="0" vertex="1">
                    <mxGeometry x="1" relative="1" as="geometry">
                        <mxPoint as="offset"/>
                    </mxGeometry>
                </mxCell>
                <mxCell id="907" value="" style="edgeStyle=orthogonalEdgeStyle;endArrow=openThin;endFill=0;startArrow=diamondThin;startFill=1;" parent="1" source="808" target="823" edge="1">
                    <mxGeometry relative="1" as="geometry">
                        <Array as="points">
                            <mxPoint x="760" y="553"/>
                            <mxPoint x="760" y="553"/>
                        </Array>
                    </mxGeometry>
                </mxCell>
                <mxCell id="908" value="1" style="resizable=0;html=1;align=left;verticalAlign=bottom;labelBackgroundColor=none;fontSize=11;" parent="907" connectable="0" vertex="1">
                    <mxGeometry x="-1" relative="1" as="geometry">
                        <mxPoint as="offset"/>
                    </mxGeometry>
                </mxCell>
                <mxCell id="909" value="*" style="resizable=0;html=1;align=right;verticalAlign=bottom;labelBackgroundColor=none;fontSize=11;" parent="907" connectable="0" vertex="1">
                    <mxGeometry x="1" relative="1" as="geometry">
                        <mxPoint as="offset"/>
                    </mxGeometry>
                </mxCell>
                <mxCell id="910" value="" style="edgeStyle=orthogonalEdgeStyle;endArrow=diamondThin;endFill=0;startArrow=openThin;startFill=0;" parent="1" source="768" target="823" edge="1">
                    <mxGeometry relative="1" as="geometry">
                        <Array as="points">
                            <mxPoint x="850" y="380"/>
                            <mxPoint x="920" y="380"/>
                        </Array>
                    </mxGeometry>
                </mxCell>
                <mxCell id="911" value="*" style="resizable=0;html=1;align=left;verticalAlign=bottom;labelBackgroundColor=none;fontSize=11;" parent="910" connectable="0" vertex="1">
                    <mxGeometry x="-1" relative="1" as="geometry">
                        <mxPoint x="-10" y="14" as="offset"/>
                    </mxGeometry>
                </mxCell>
                <mxCell id="912" value="*" style="resizable=0;html=1;align=right;verticalAlign=bottom;labelBackgroundColor=none;fontSize=11;" parent="910" connectable="0" vertex="1">
                    <mxGeometry x="1" relative="1" as="geometry">
                        <mxPoint as="offset"/>
                    </mxGeometry>
                </mxCell>
                <mxCell id="913" value="" style="edgeStyle=orthogonalEdgeStyle;endArrow=openThin;endFill=0;startArrow=diamondThin;startFill=1;" parent="1" source="823" target="833" edge="1">
                    <mxGeometry relative="1" as="geometry"/>
                </mxCell>
                <mxCell id="914" value="1" style="resizable=0;html=1;align=left;verticalAlign=bottom;labelBackgroundColor=none;fontSize=11;" parent="913" connectable="0" vertex="1">
                    <mxGeometry x="-1" relative="1" as="geometry">
                        <mxPoint y="14" as="offset"/>
                    </mxGeometry>
                </mxCell>
                <mxCell id="915" value="*" style="resizable=0;html=1;align=right;verticalAlign=bottom;labelBackgroundColor=none;fontSize=11;" parent="913" connectable="0" vertex="1">
                    <mxGeometry x="1" relative="1" as="geometry">
                        <mxPoint as="offset"/>
                    </mxGeometry>
                </mxCell>
                <mxCell id="916" value="" style="edgeStyle=orthogonalEdgeStyle;endArrow=none;endFill=0;startArrow=diamondThin;startFill=1;" parent="1" source="768" target="833" edge="1">
                    <mxGeometry relative="1" as="geometry">
                        <Array as="points">
                            <mxPoint x="760" y="723"/>
                        </Array>
                    </mxGeometry>
                </mxCell>
                <mxCell id="917" value="1" style="resizable=0;html=1;align=left;verticalAlign=bottom;labelBackgroundColor=none;fontSize=11;" parent="916" connectable="0" vertex="1">
                    <mxGeometry x="-1" relative="1" as="geometry">
                        <mxPoint y="14" as="offset"/>
                    </mxGeometry>
                </mxCell>
                <mxCell id="918" value="*" style="resizable=0;html=1;align=right;verticalAlign=bottom;labelBackgroundColor=none;fontSize=11;" parent="916" connectable="0" vertex="1">
                    <mxGeometry x="1" relative="1" as="geometry">
                        <mxPoint as="offset"/>
                    </mxGeometry>
                </mxCell>
                <mxCell id="919" value="" style="edgeStyle=orthogonalEdgeStyle;endArrow=open;endFill=0;" parent="1" source="823" target="838" edge="1">
                    <mxGeometry relative="1" as="geometry"/>
                </mxCell>
                <mxCell id="920" value="1" style="resizable=0;html=1;align=left;verticalAlign=bottom;labelBackgroundColor=none;fontSize=11;" parent="919" connectable="0" vertex="1">
                    <mxGeometry x="-1" relative="1" as="geometry">
                        <mxPoint as="offset"/>
                    </mxGeometry>
                </mxCell>
                <mxCell id="921" value="*" style="resizable=0;html=1;align=right;verticalAlign=bottom;labelBackgroundColor=none;fontSize=11;" parent="919" connectable="0" vertex="1">
                    <mxGeometry x="1" relative="1" as="geometry">
                        <mxPoint as="offset"/>
                    </mxGeometry>
                </mxCell>
                <mxCell id="922" value="" style="edgeStyle=orthogonalEdgeStyle;endArrow=none;endFill=0;" parent="1" source="768" target="838" edge="1">
                    <mxGeometry x="0.0008" relative="1" as="geometry">
                        <Array as="points">
                            <mxPoint x="870" y="370"/>
                            <mxPoint x="1270" y="370"/>
                        </Array>
                        <mxPoint as="offset"/>
                    </mxGeometry>
                </mxCell>
                <mxCell id="923" value="1" style="resizable=0;html=1;align=left;verticalAlign=bottom;labelBackgroundColor=none;fontSize=11;" parent="922" connectable="0" vertex="1">
                    <mxGeometry x="-1" relative="1" as="geometry">
                        <mxPoint y="14" as="offset"/>
                    </mxGeometry>
                </mxCell>
                <mxCell id="924" value="*" style="resizable=0;html=1;align=right;verticalAlign=bottom;labelBackgroundColor=none;fontSize=11;" parent="922" connectable="0" vertex="1">
                    <mxGeometry x="1" relative="1" as="geometry">
                        <mxPoint as="offset"/>
                    </mxGeometry>
                </mxCell>
                <mxCell id="925" value="" style="edgeStyle=orthogonalEdgeStyle;endArrow=openThin;endFill=0;exitX=0.75;exitY=1;exitDx=0;exitDy=0;startArrow=diamondThin;startFill=1;" parent="1" source="847" edge="1">
                    <mxGeometry relative="1" as="geometry">
                        <Array as="points">
                            <mxPoint x="1340" y="670"/>
                        </Array>
                        <mxPoint x="1340" y="670" as="targetPoint"/>
                    </mxGeometry>
                </mxCell>
                <mxCell id="926" value="1" style="resizable=0;html=1;align=left;verticalAlign=bottom;labelBackgroundColor=none;fontSize=11;" parent="925" connectable="0" vertex="1">
                    <mxGeometry x="-1" relative="1" as="geometry">
                        <mxPoint y="14" as="offset"/>
                    </mxGeometry>
                </mxCell>
                <mxCell id="927" value="*" style="resizable=0;html=1;align=right;verticalAlign=bottom;labelBackgroundColor=none;fontSize=11;" parent="925" connectable="0" vertex="1">
                    <mxGeometry x="1" relative="1" as="geometry">
                        <mxPoint as="offset"/>
                    </mxGeometry>
                </mxCell>
                <mxCell id="928" value="" style="edgeStyle=orthogonalEdgeStyle;endArrow=none;endFill=0;" parent="1" source="768" target="848" edge="1">
                    <mxGeometry relative="1" as="geometry">
                        <Array as="points">
                            <mxPoint x="940" y="350"/>
                            <mxPoint x="1110" y="350"/>
                            <mxPoint x="1110" y="713"/>
                        </Array>
                    </mxGeometry>
                </mxCell>
                <mxCell id="929" value="1" style="resizable=0;html=1;align=left;verticalAlign=bottom;labelBackgroundColor=none;fontSize=11;" parent="928" connectable="0" vertex="1">
                    <mxGeometry x="-1" relative="1" as="geometry">
                        <mxPoint y="14" as="offset"/>
                    </mxGeometry>
                </mxCell>
                <mxCell id="930" value="*" style="resizable=0;html=1;align=right;verticalAlign=bottom;labelBackgroundColor=none;fontSize=11;" parent="928" connectable="0" vertex="1">
                    <mxGeometry x="1" relative="1" as="geometry">
                        <mxPoint as="offset"/>
                    </mxGeometry>
                </mxCell>
                <mxCell id="931" value="" style="edgeStyle=orthogonalEdgeStyle;endArrow=none;endFill=0;" parent="1" source="768" target="852" edge="1">
                    <mxGeometry relative="1" as="geometry">
                        <Array as="points">
                            <mxPoint x="920" y="350"/>
                            <mxPoint x="1620" y="350"/>
                        </Array>
                    </mxGeometry>
                </mxCell>
                <mxCell id="932" value="1" style="resizable=0;html=1;align=left;verticalAlign=bottom;labelBackgroundColor=none;fontSize=11;" parent="931" connectable="0" vertex="1">
                    <mxGeometry x="-1" relative="1" as="geometry">
                        <mxPoint x="-10" y="14" as="offset"/>
                    </mxGeometry>
                </mxCell>
                <mxCell id="933" value="*" style="resizable=0;html=1;align=right;verticalAlign=bottom;labelBackgroundColor=none;fontSize=11;" parent="931" connectable="0" vertex="1">
                    <mxGeometry x="1" relative="1" as="geometry">
                        <mxPoint as="offset"/>
                    </mxGeometry>
                </mxCell>
                <mxCell id="934" value="" style="edgeStyle=orthogonalEdgeStyle;endArrow=open;endFill=0;" parent="1" source="768" target="866" edge="1">
                    <mxGeometry relative="1" as="geometry"/>
                </mxCell>
                <mxCell id="935" value="1" style="resizable=0;html=1;align=left;verticalAlign=bottom;labelBackgroundColor=none;fontSize=11;" parent="934" connectable="0" vertex="1">
                    <mxGeometry x="-1" relative="1" as="geometry">
                        <mxPoint x="-10" as="offset"/>
                    </mxGeometry>
                </mxCell>
                <mxCell id="936" value="*" style="resizable=0;html=1;align=right;verticalAlign=bottom;labelBackgroundColor=none;fontSize=11;" parent="934" connectable="0" vertex="1">
                    <mxGeometry x="1" relative="1" as="geometry">
                        <mxPoint x="10" as="offset"/>
                    </mxGeometry>
                </mxCell>
                <mxCell id="937" value="" style="edgeStyle=orthogonalEdgeStyle;endArrow=none;endFill=0;" parent="1" source="859" target="866" edge="1">
                    <mxGeometry relative="1" as="geometry">
                        <Array as="points">
                            <mxPoint x="205" y="320"/>
                        </Array>
                    </mxGeometry>
                </mxCell>
                <mxCell id="938" value="1" style="resizable=0;html=1;align=left;verticalAlign=bottom;labelBackgroundColor=none;fontSize=11;" parent="937" connectable="0" vertex="1">
                    <mxGeometry x="-1" relative="1" as="geometry">
                        <mxPoint as="offset"/>
                    </mxGeometry>
                </mxCell>
                <mxCell id="939" value="*" style="resizable=0;html=1;align=right;verticalAlign=bottom;labelBackgroundColor=none;fontSize=11;" parent="937" connectable="0" vertex="1">
                    <mxGeometry x="1" relative="1" as="geometry">
                        <mxPoint as="offset"/>
                    </mxGeometry>
                </mxCell>
                <mxCell id="940" value="" style="edgeStyle=orthogonalEdgeStyle;dashed=1;endArrow=open;endFill=0;" parent="1" source="808" target="870" edge="1">
                    <mxGeometry relative="1" as="geometry">
                        <Array as="points">
                            <mxPoint x="1810" y="630"/>
                            <mxPoint x="1810" y="440"/>
                        </Array>
                    </mxGeometry>
                </mxCell>
                <mxCell id="941" value="" style="edgeStyle=orthogonalEdgeStyle;dashed=1;endArrow=open;endFill=0;" parent="1" source="808" target="873" edge="1">
                    <mxGeometry relative="1" as="geometry">
                        <Array as="points">
                            <mxPoint x="1810" y="630"/>
                            <mxPoint x="1810" y="570"/>
                        </Array>
                    </mxGeometry>
                </mxCell>
                <mxCell id="942" value="" style="edgeStyle=orthogonalEdgeStyle;dashed=1;endArrow=open;endFill=0;" parent="1" source="823" target="876" edge="1">
                    <mxGeometry relative="1" as="geometry">
                        <Array as="points">
                            <mxPoint x="1020" y="640"/>
                            <mxPoint x="1955" y="640"/>
                        </Array>
                    </mxGeometry>
                </mxCell>
-                 <mxCell id="943" value="" style="edgeStyle=orthogonalEdgeStyle;dashed=1;endArrow=open;endFill=0;" parent="1" source="833" target="880" edge="1">
-                     <mxGeometry relative="1" as="geometry">
-                         <Array as="points">
-                             <mxPoint x="920" y="790"/>
-                             <mxPoint x="1955" y="790"/>
-                         </Array>
+                 <mxCell id="943" value="" style="edgeStyle=orthogonalEdgeStyle;dashed=1;endArrow=open;endFill=0;exitX=1;exitY=0.5;exitDx=0;exitDy=0;" parent="1" source="947" target="880" edge="1">
+                     <mxGeometry relative="1" as="geometry">
+                         <Array as="points">
+                             <mxPoint x="1060" y="863"/>
+                         </Array>
+                         <mxPoint x="1090" y="880" as="sourcePoint"/>
                    </mxGeometry>
                </mxCell>
                <mxCell id="944" value="" style="edgeStyle=orthogonalEdgeStyle;dashed=1;endArrow=open;endFill=0;exitX=0.75;exitY=0;exitDx=0;exitDy=0;" parent="1" source="838" target="884" edge="1">
                    <mxGeometry relative="1" as="geometry">
                        <Array as="points">
                            <mxPoint x="1340" y="380"/>
                            <mxPoint x="2090" y="380"/>
                            <mxPoint x="2090" y="450"/>
                        </Array>
                    </mxGeometry>
                </mxCell>
                <mxCell id="945" value="" style="edgeStyle=orthogonalEdgeStyle;dashed=1;endArrow=open;endFill=0;" parent="1" source="852" target="888" edge="1">
                    <mxGeometry relative="1" as="geometry">
                        <Array as="points">
                            <mxPoint x="2225" y="510"/>
                        </Array>
                    </mxGeometry>
                </mxCell>
                <mxCell id="946" value="" style="edgeStyle=orthogonalEdgeStyle;dashed=1;endArrow=open;endFill=0;" parent="1" source="852" target="895" edge="1">
                    <mxGeometry relative="1" as="geometry">
                        <Array as="points">
                            <mxPoint x="2080" y="510"/>
                            <mxPoint x="2080" y="800"/>
                        </Array>
+                     </mxGeometry>
+                 </mxCell>
+                 <mxCell id="947" value="JoinRequest" style="swimlane;fontStyle=1;align=center;startSize=26;" vertex="1" parent="1">
+                     <mxGeometry x="780" y="817" width="280" height="146" as="geometry"/>
+                 </mxCell>
+                 <mxCell id="948" value="+ id: String [PK]" style="text;strokeColor=none;fillColor=none;align=left;spacingLeft=4;fontSize=11;" vertex="1" parent="947">
+                     <mxGeometry y="26" width="260" height="20" as="geometry"/>
+                 </mxCell>
+                 <mxCell id="949" value="+ userId: String [FK]" style="text;strokeColor=none;fillColor=none;align=left;spacingLeft=4;fontSize=11;" vertex="1" parent="947">
+                     <mxGeometry y="46" width="260" height="20" as="geometry"/>
+                 </mxCell>
+                 <mxCell id="950" value="+ spaceId: String [FK]" style="text;strokeColor=none;fillColor=none;align=left;spacingLeft=4;fontSize=11;" vertex="1" parent="947">
+                     <mxGeometry y="66" width="260" height="20" as="geometry"/>
+                 </mxCell>
+                 <mxCell id="951" value="+ studySessionId: String [FK]" style="text;strokeColor=none;fillColor=none;align=left;spacingLeft=4;fontSize=11;" vertex="1" parent="947">
+                     <mxGeometry y="86" width="260" height="20" as="geometry"/>
+                 </mxCell>
+                 <mxCell id="952" value="+ createdAt: DateTime" style="text;strokeColor=none;fillColor=none;align=left;spacingLeft=4;fontSize=11;" vertex="1" parent="947">
+                     <mxGeometry y="106" width="260" height="20" as="geometry"/>
+                 </mxCell>
+                 <mxCell id="953" value="+ status: JoinRequestStatus" style="text;strokeColor=none;fillColor=none;align=left;spacingLeft=4;fontSize=11;" vertex="1" parent="947">
+                     <mxGeometry y="126" width="260" height="20" as="geometry"/>
+                 </mxCell>
+                 <mxCell id="958" value="" style="edgeStyle=orthogonalEdgeStyle;endArrow=none;endFill=0;startArrow=diamondThin;startFill=1;entryX=0.25;entryY=0;entryDx=0;entryDy=0;exitX=0.25;exitY=1;exitDx=0;exitDy=0;" edge="1" parent="1" source="777" target="947">
+                     <mxGeometry relative="1" as="geometry">
+                         <Array as="points">
+                             <mxPoint x="785" y="330"/>
+                             <mxPoint x="750" y="330"/>
+                             <mxPoint x="750" y="800"/>
+                             <mxPoint x="850" y="800"/>
+                         </Array>
+                         <mxPoint x="780" y="270" as="sourcePoint"/>
+                         <mxPoint x="790" y="733" as="targetPoint"/>
+                     </mxGeometry>
+                 </mxCell>
+                 <mxCell id="959" value="1" style="resizable=0;html=1;align=left;verticalAlign=bottom;labelBackgroundColor=none;fontSize=11;" connectable="0" vertex="1" parent="958">
+                     <mxGeometry x="-1" relative="1" as="geometry">
+                         <mxPoint y="14" as="offset"/>
+                     </mxGeometry>
+                 </mxCell>
+                 <mxCell id="960" value="*" style="resizable=0;html=1;align=right;verticalAlign=bottom;labelBackgroundColor=none;fontSize=11;" connectable="0" vertex="1" parent="958">
+                     <mxGeometry x="1" relative="1" as="geometry">
+                         <mxPoint as="offset"/>
+                     </mxGeometry>
+                 </mxCell>
+                 <mxCell id="961" value="" style="edgeStyle=orthogonalEdgeStyle;endArrow=none;endFill=0;startArrow=diamondThin;startFill=1;entryX=0.75;entryY=0;entryDx=0;entryDy=0;exitX=0.75;exitY=1;exitDx=0;exitDy=0;" edge="1" parent="1" source="832" target="947">
+                     <mxGeometry relative="1" as="geometry">
+                         <Array as="points">
+                             <mxPoint x="990" y="660"/>
+                             <mxPoint x="1080" y="660"/>
+                             <mxPoint x="1080" y="800"/>
+                             <mxPoint x="990" y="800"/>
+                         </Array>
+                         <mxPoint x="795" y="286" as="sourcePoint"/>
+                         <mxPoint x="860" y="827" as="targetPoint"/>
+                     </mxGeometry>
+                 </mxCell>
+                 <mxCell id="962" value="1" style="resizable=0;html=1;align=left;verticalAlign=bottom;labelBackgroundColor=none;fontSize=11;" connectable="0" vertex="1" parent="961">
+                     <mxGeometry x="-1" relative="1" as="geometry">
+                         <mxPoint y="14" as="offset"/>
+                     </mxGeometry>
+                 </mxCell>
+                 <mxCell id="963" value="*" style="resizable=0;html=1;align=right;verticalAlign=bottom;labelBackgroundColor=none;fontSize=11;" connectable="0" vertex="1" parent="961">
+                     <mxGeometry x="1" relative="1" as="geometry">
+                         <mxPoint as="offset"/>
+                     </mxGeometry>
+                 </mxCell>
+                 <mxCell id="965" value="" style="edgeStyle=orthogonalEdgeStyle;endArrow=none;endFill=0;startArrow=diamondThin;startFill=1;entryX=0;entryY=0;entryDx=0;entryDy=0;exitX=0.5;exitY=1;exitDx=0;exitDy=0;" edge="1" parent="1" source="822" target="948">
+                     <mxGeometry relative="1" as="geometry">
+                         <Array as="points">
+                             <mxPoint x="560" y="843"/>
+                         </Array>
+                         <mxPoint x="795" y="286" as="sourcePoint"/>
+                         <mxPoint x="860" y="827" as="targetPoint"/>
+                     </mxGeometry>
+                 </mxCell>
+                 <mxCell id="966" value="1" style="resizable=0;html=1;align=left;verticalAlign=bottom;labelBackgroundColor=none;fontSize=11;" connectable="0" vertex="1" parent="965">
+                     <mxGeometry x="-1" relative="1" as="geometry">
+                         <mxPoint y="14" as="offset"/>
+                     </mxGeometry>
+                 </mxCell>
+                 <mxCell id="967" value="*" style="resizable=0;html=1;align=right;verticalAlign=bottom;labelBackgroundColor=none;fontSize=11;" connectable="0" vertex="1" parent="965">
+                     <mxGeometry x="1" relative="1" as="geometry">
+                         <mxPoint as="offset"/>
                    </mxGeometry>
                </mxCell>
            </root>
        </mxGraphModel>
    </diagram>
</mxfile>
